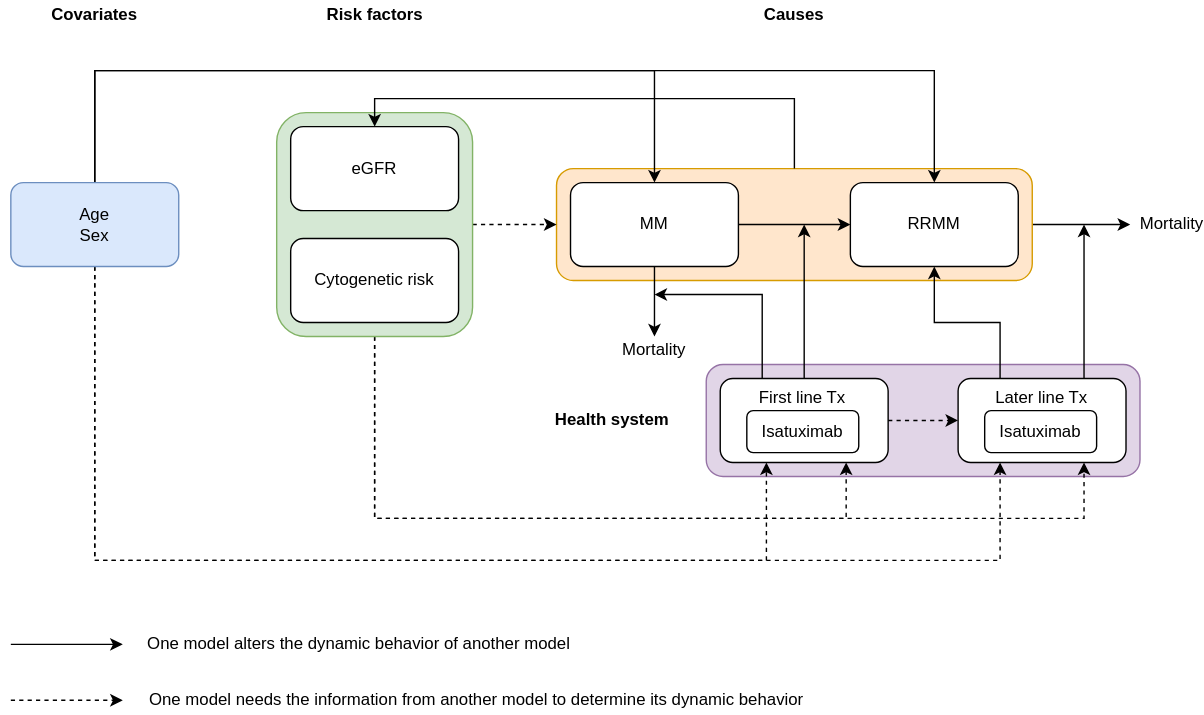
ihmeuw/vivarium_research keeps this draw.io diagram as docs/source/concept_models/vivarium_csu_multiple_myeloma_2/concept_model_diagram.svg. Above is the earlier version. Source tidied: cells renumbered, new cells last; positions are measured from the earlier drawing's top-left corner, leaving out a move shared by most shapes.
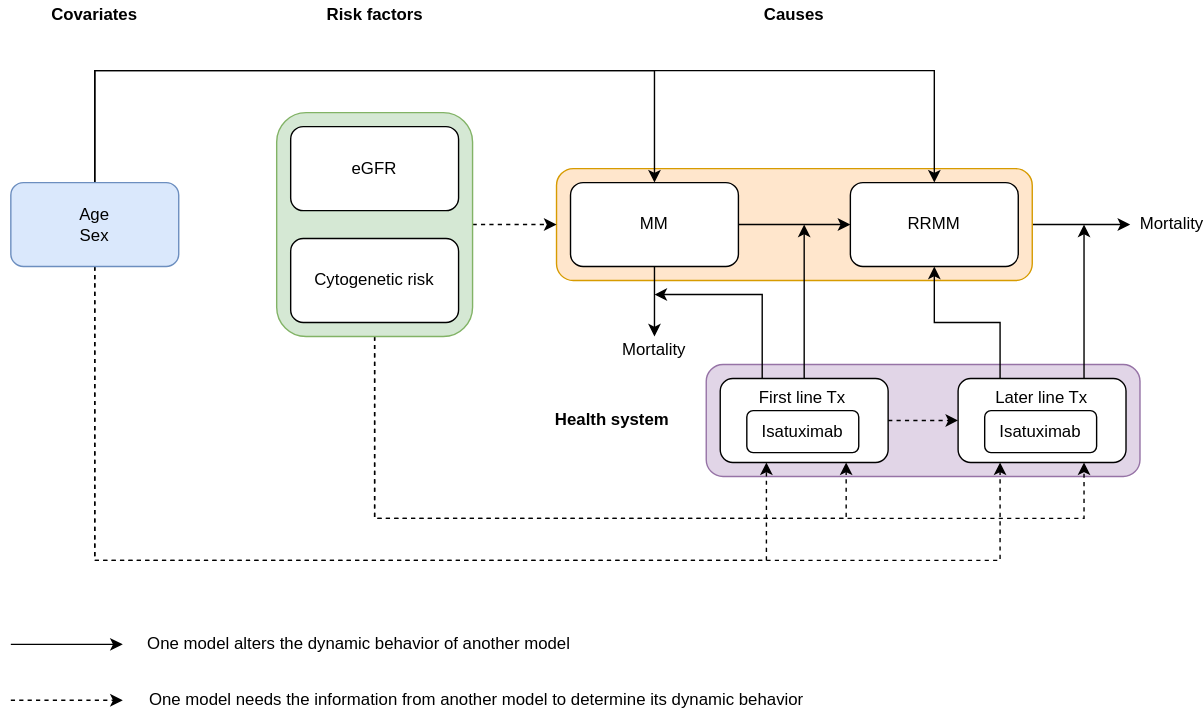
The same diagram one commit later.

Commit message:
Remove incorrect arrow from MM concept model

Diff of the diagram source:
```diff
@@ -177,9 +177,6 @@
     <mxCell id="38" value="&lt;b&gt;Health system&lt;/b&gt;" style="text;html=1;strokeColor=none;fillColor=none;align=center;verticalAlign=middle;whiteSpace=wrap;rounded=0;" parent="1" vertex="1">
       <mxGeometry x="385" y="290" width="90" height="20" as="geometry" />
     </mxCell>
-    <mxCell id="39" style="edgeStyle=orthogonalEdgeStyle;rounded=0;jettySize=auto;html=1;exitX=0.5;exitY=0;exitDx=0;exitDy=0;entryX=0.5;entryY=0;entryDx=0;entryDy=0;" parent="1" edge="1" source="4" target="9">
-      <mxGeometry relative="1" as="geometry" />
-    </mxCell>
     <mxCell id="40" value="&lt;span style=&quot;white-space: normal&quot;&gt;Isatuximab&lt;/span&gt;" style="rounded=1;whiteSpace=wrap;html=1;" parent="1" vertex="1">
       <mxGeometry x="526" y="293" width="80" height="30" as="geometry" />
     </mxCell>
```
